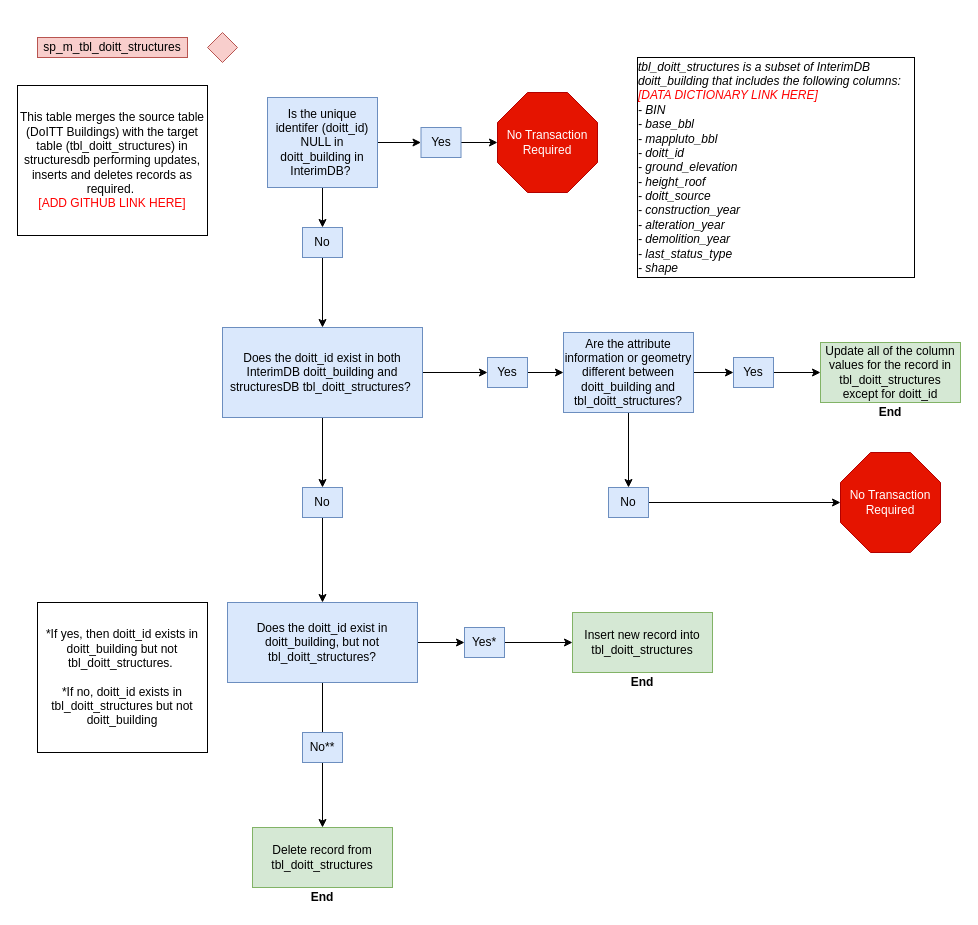
Above: sp_m_tbl_doitt_structures.drawio in NYCParks-data/Structures (draw.io), before the change. Source tidied: cells renumbered, new cells numbered last; positions are measured from the earlier drawing's top-left corner, leaving out a move shared by most shapes. Both pictures are drawn from the tidied source at 100%, with x=0, y=0 at pixel (17, 32).
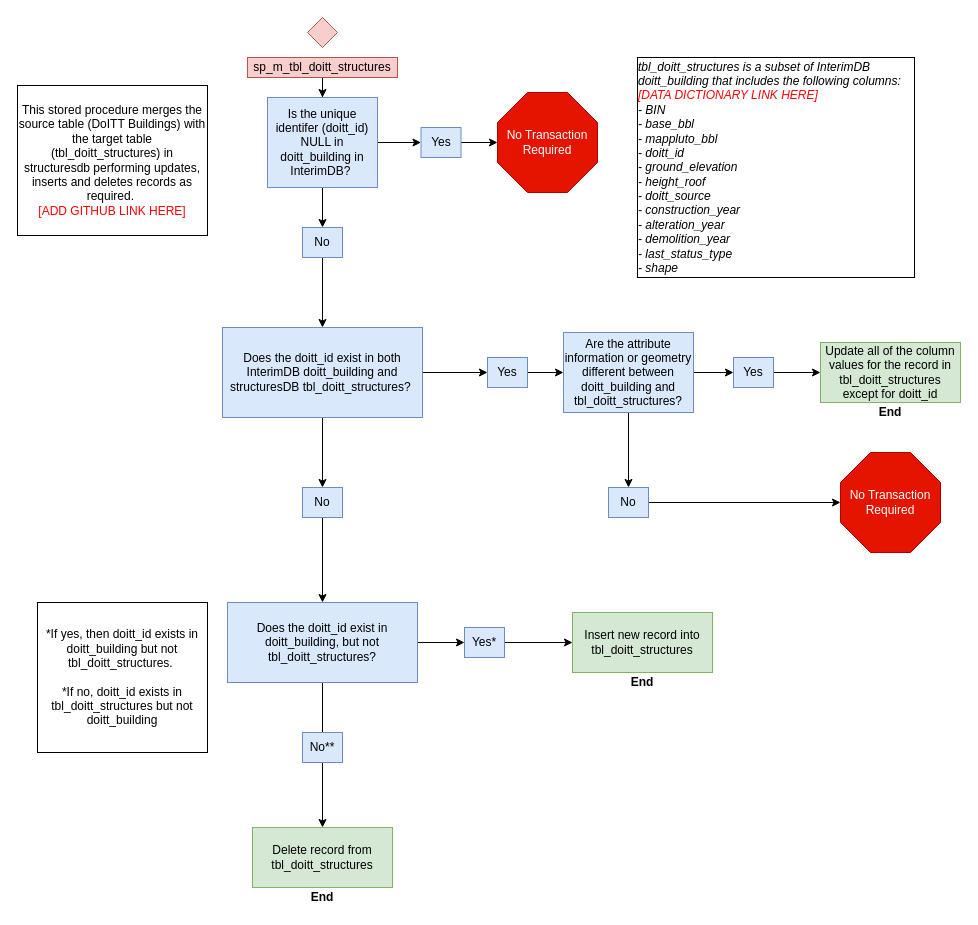
Above is the later version.

Unchanged cells that the change refers to:
```xml
<mxCell id="7" value="&lt;font style=&quot;font-size: 12px;&quot;&gt;Is the unique identifer (doitt_id) NULL in doitt_building in InterimDB?&amp;nbsp;&lt;/font&gt;" style="rounded=0;whiteSpace=wrap;html=1;fillColor=#dae8fc;strokeColor=#6c8ebf;fontSize=12;" parent="1" vertex="1">
  <mxGeometry x="250" y="65" width="110" height="90" as="geometry" />
</mxCell>
```

The edit, as a diff of the source:
```diff
@@
     <mxCell id="2" style="rhombus;whiteSpace=wrap;html=1;fillColor=#f8cecc;strokeColor=#b85450;fontSize=12;" parent="1" vertex="1">
-      <mxGeometry x="190" width="30" height="30" as="geometry" />
+      <mxGeometry x="290" y="-15" width="30" height="30" as="geometry" />
     </mxCell>
+    <mxCell id="42" style="edgeStyle=orthogonalEdgeStyle;rounded=0;jettySize=auto;html=1;" parent="1" edge="1" source="3" target="7">
+      <mxGeometry relative="1" as="geometry" />
+    </mxCell>
     <mxCell id="3" value="sp_m_tbl_doitt_structures" style="rounded=0;whiteSpace=wrap;html=1;fillColor=#f8cecc;strokeColor=#b85450;fontSize=12;" parent="1" vertex="1">
-      <mxGeometry x="20" y="5" width="150" height="20" as="geometry" />
+      <mxGeometry x="230" y="25" width="150" height="20" as="geometry" />
     </mxCell>
-    <mxCell id="4" value="&lt;font style=&quot;font-size: 12px;&quot;&gt;&lt;span style=&quot;font-size: 12px;&quot;&gt;This table merges the source table (DoITT Buildings) with the target table (tbl_doitt_structures) in structuresdb performing updates, inserts and deletes records as required.&amp;nbsp;&lt;br style=&quot;font-size: 12px;&quot;&gt;&lt;/span&gt;&lt;font style=&quot;font-size: 12px;&quot; color=&quot;#ff0000&quot;&gt;[ADD GITHUB LINK HERE]&lt;/font&gt;&lt;/font&gt;" style="rounded=0;whiteSpace=wrap;html=1;fontSize=12;" parent="1" vertex="1">
+    <mxCell id="4" value="&lt;font style=&quot;font-size: 12px&quot;&gt;&lt;span style=&quot;font-size: 12px&quot;&gt;This stored procedure merges the source table (DoITT Buildings) with the target table (tbl_doitt_structures) in structuresdb performing updates, inserts and deletes records as required.&amp;nbsp;&lt;br style=&quot;font-size: 12px&quot;&gt;&lt;/span&gt;&lt;font style=&quot;font-size: 12px&quot; color=&quot;#ff0000&quot;&gt;[ADD GITHUB LINK HERE]&lt;/font&gt;&lt;/font&gt;" style="rounded=0;whiteSpace=wrap;html=1;fontSize=12;" parent="1" vertex="1">
       <mxGeometry y="53" width="190" height="150" as="geometry" />
     </mxCell>
```
